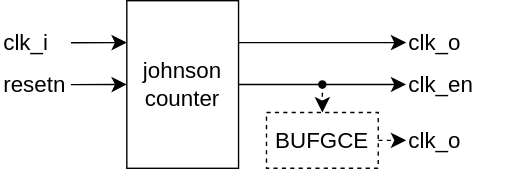
This is de/cdc/design/include/cdc_design.svg from jnjnliwenjie0022/obs, a draw.io export, as it was before one commit. Source tidied: cells renumbered, new cells last; positions are measured from the earlier drawing's top-left corner, leaving out a move shared by most shapes. The source it was exported from:
```xml
<mxGraphModel background="#ffffff">
  <root>
    <mxCell id="0" />
    <mxCell id="1" parent="0" />
    <mxCell id="2" style="edgeStyle=none;curved=1;rounded=0;jettySize=auto;html=1;exitX=0;exitY=0.5;exitDx=0;exitDy=0;fontSize=12;startSize=8;endSize=8;entryX=0;entryY=0.5;entryDx=0;entryDy=0;" parent="1" edge="1" target="4">
      <mxGeometry relative="1" as="geometry">
        <mxPoint x="50" y="60.1" as="sourcePoint" />
      </mxGeometry>
    </mxCell>
    <mxCell id="3" style="edgeStyle=none;curved=1;rounded=0;jettySize=auto;html=1;exitX=0;exitY=0.25;exitDx=0;exitDy=0;fontSize=12;startSize=8;endSize=8;entryX=0;entryY=0.25;entryDx=0;entryDy=0;" parent="1" edge="1" target="4">
      <mxGeometry relative="1" as="geometry">
        <mxPoint x="50" y="30.1" as="sourcePoint" />
      </mxGeometry>
    </mxCell>
    <mxCell id="4" value="johnson counter" style="rounded=0;whiteSpace=wrap;html=1;fontSize=16;" parent="1" vertex="1">
      <mxGeometry x="90" width="80" height="120" as="geometry" />
    </mxCell>
    <mxCell id="5" style="edgeStyle=none;curved=1;rounded=0;jettySize=auto;html=1;exitX=1;exitY=0.5;exitDx=0;exitDy=0;fontSize=12;startSize=8;endSize=8;dashed=1;" parent="1" edge="1" source="6">
      <mxGeometry relative="1" as="geometry">
        <mxPoint x="290" y="100" as="targetPoint" />
        <Array as="points">
          <mxPoint x="280" y="100" />
        </Array>
      </mxGeometry>
    </mxCell>
    <mxCell id="6" value="BUFGCE" style="rounded=0;whiteSpace=wrap;html=1;fontSize=16;dashed=1;" parent="1" vertex="1">
      <mxGeometry x="190" y="80" width="80" height="40" as="geometry" />
    </mxCell>
    <mxCell id="7" style="edgeStyle=none;curved=1;rounded=0;orthogonalLoop=1;jettySize=auto;html=1;fontSize=12;startSize=8;endSize=8;" parent="1" edge="1">
      <mxGeometry relative="1" as="geometry">
        <mxPoint x="170" y="30" as="sourcePoint" />
        <mxPoint x="290" y="30" as="targetPoint" />
      </mxGeometry>
    </mxCell>
    <mxCell id="8" style="edgeStyle=none;curved=1;rounded=0;orthogonalLoop=1;jettySize=auto;html=1;fontSize=12;startSize=8;endSize=8;" parent="1" edge="1">
      <mxGeometry relative="1" as="geometry">
        <mxPoint x="170" y="60" as="sourcePoint" />
        <mxPoint x="290" y="60" as="targetPoint" />
      </mxGeometry>
    </mxCell>
    <mxCell id="9" style="edgeStyle=none;curved=1;rounded=0;jettySize=auto;html=1;entryX=0.5;entryY=0;entryDx=0;entryDy=0;fontSize=12;startSize=8;endSize=8;dashed=1;" parent="1" edge="1" source="10" target="6">
      <mxGeometry relative="1" as="geometry" />
    </mxCell>
    <mxCell id="10" style="shape=waypoint;sketch=0;size=6;points=[];fillColor=none;perimeter=centerPerimeter;snapToPoint=1;fontSize=16;" parent="1" vertex="1">
      <mxGeometry x="220" y="50" width="20" height="20" as="geometry" />
    </mxCell>
    <mxCell id="11" value="clk_o" style="rounded=0;whiteSpace=wrap;html=1;fontSize=16;fillColor=none;strokeColor=none;align=left;" parent="1" vertex="1">
      <mxGeometry x="290" y="20" width="80" height="20" as="geometry" />
    </mxCell>
    <mxCell id="12" value="clk_en" style="rounded=0;whiteSpace=wrap;html=1;fontSize=16;fillColor=none;strokeColor=none;align=left;" parent="1" vertex="1">
      <mxGeometry x="290" y="50" width="80" height="20" as="geometry" />
    </mxCell>
    <mxCell id="13" value="clk_i" style="rounded=0;whiteSpace=wrap;html=1;fontSize=16;fillColor=none;strokeColor=none;align=left;" parent="1" vertex="1">
      <mxGeometry y="20" width="50" height="20" as="geometry" />
    </mxCell>
    <mxCell id="14" value="resetn" style="rounded=0;whiteSpace=wrap;html=1;fontSize=16;fillColor=none;strokeColor=none;align=left;" parent="1" vertex="1">
      <mxGeometry y="50" width="50" height="20" as="geometry" />
    </mxCell>
    <mxCell id="15" value="clk_o" style="rounded=0;whiteSpace=wrap;html=1;fontSize=16;fillColor=none;strokeColor=none;align=left;" parent="1" vertex="1">
      <mxGeometry x="290" y="90" width="80" height="20" as="geometry" />
    </mxCell>
  </root>
</mxGraphModel>
```
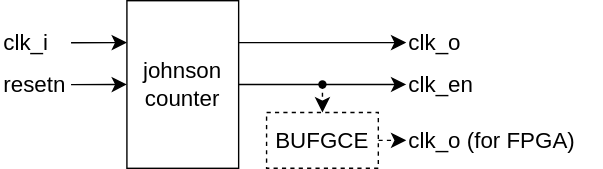
The same file after the commit.

Change to the diagram source:
```diff
@@ -56,8 +56,8 @@
     <mxCell id="14" value="resetn" style="rounded=0;whiteSpace=wrap;html=1;fontSize=16;fillColor=none;strokeColor=none;align=left;" parent="1" vertex="1">
       <mxGeometry y="50" width="50" height="20" as="geometry" />
     </mxCell>
-    <mxCell id="15" value="clk_o" style="rounded=0;whiteSpace=wrap;html=1;fontSize=16;fillColor=none;strokeColor=none;align=left;" parent="1" vertex="1">
-      <mxGeometry x="290" y="90" width="80" height="20" as="geometry" />
+    <mxCell id="15" value="clk_o (for FPGA)" style="rounded=0;whiteSpace=wrap;html=1;fontSize=16;fillColor=none;strokeColor=none;align=left;" parent="1" vertex="1">
+      <mxGeometry x="290" y="90" width="140" height="20" as="geometry" />
     </mxCell>
   </root>
 </mxGraphModel>
```
